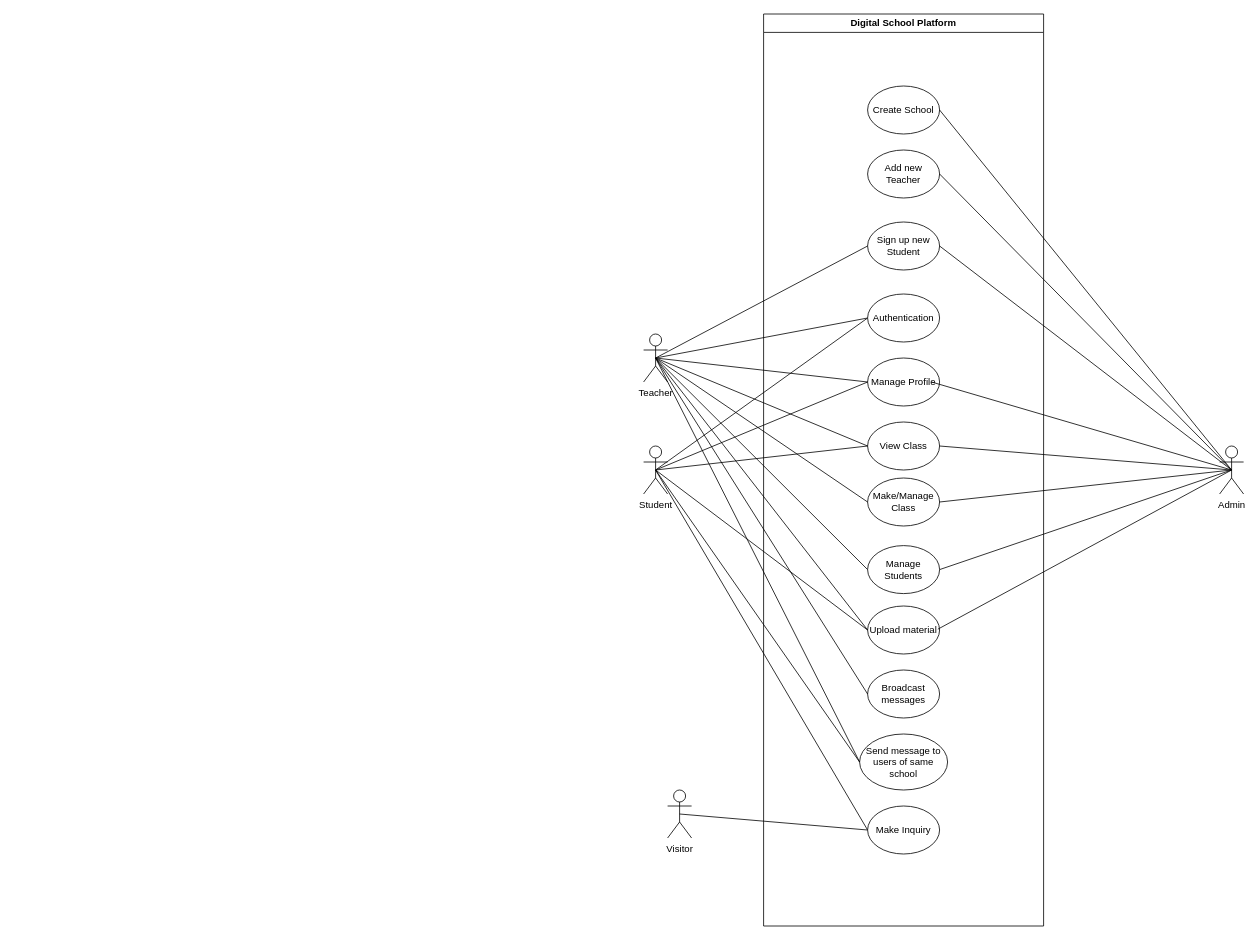
akshayvijaynair/music-academy-docs keeps this draw.io diagram as docs/assets/Use Case.drawio. Above is the earlier version. Source tidied: cells renumbered, new cells numbered last; positions are measured from the earlier drawing's top-left corner, leaving out a move shared by most shapes. Both pictures are drawn from the tidied source at 80%, with x=0, y=0 at pixel (643, 14).
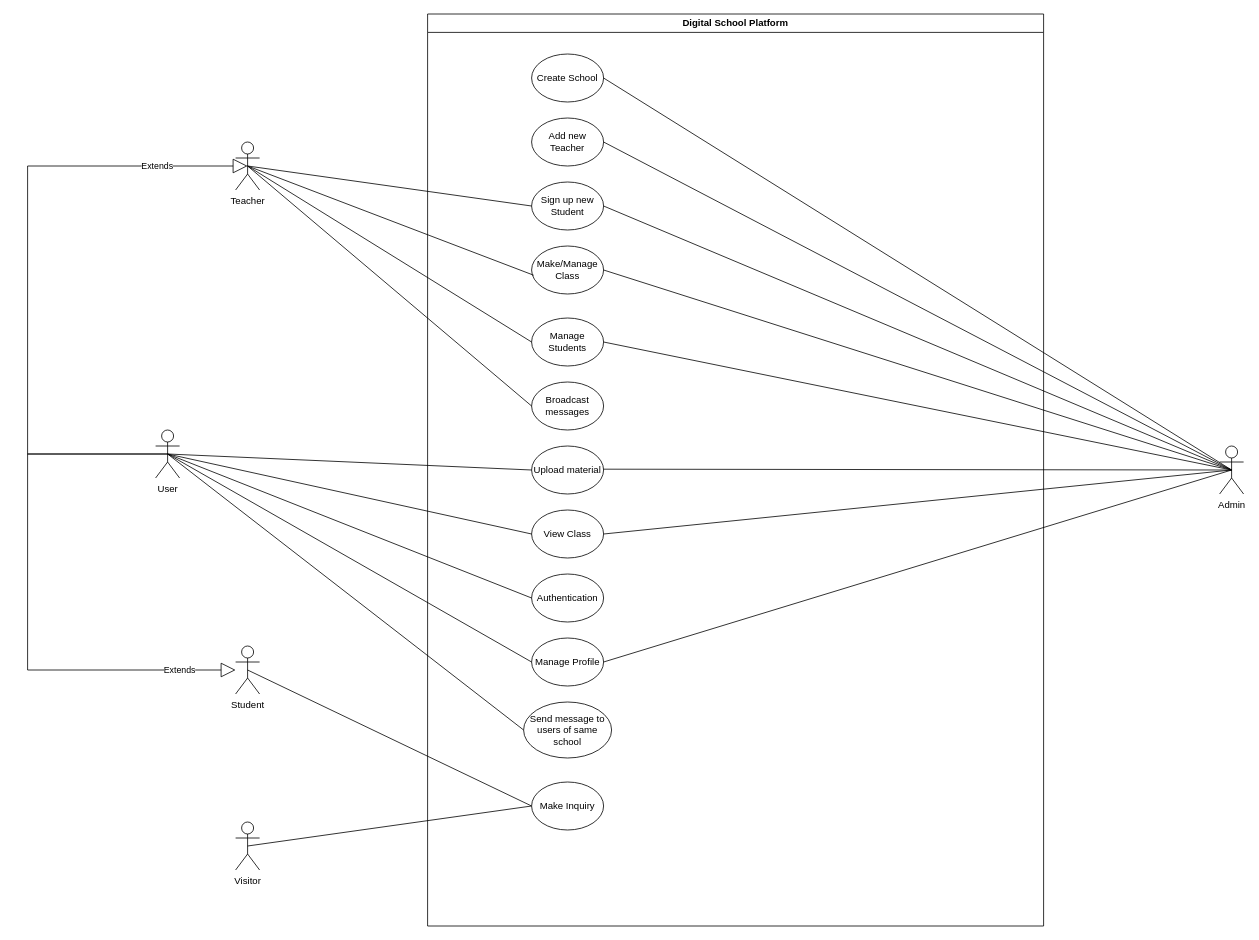
The same diagram, later.

The change refers to these unchanged cells:
```xml
<mxCell id="6" value="Admin" style="shape=umlActor;verticalLabelPosition=bottom;verticalAlign=top;html=1;outlineConnect=0;" parent="1" vertex="1">
  <mxGeometry x="720" y="540" width="30" height="60" as="geometry" />
</mxCell>
```

Diff of the diagram source:
```diff
@@
-    <mxCell id="2" value="Sign up new Student" style="ellipse;whiteSpace=wrap;html=1;" parent="1" vertex="1">
-      <mxGeometry x="280" y="260" width="90" height="60" as="geometry" />
-    </mxCell>
-    <mxCell id="3" value="Manage Profile" style="ellipse;whiteSpace=wrap;html=1;" parent="1" vertex="1">
-      <mxGeometry x="280" y="430" width="90" height="60" as="geometry" />
-    </mxCell>
-    <mxCell id="4" value="View Class" style="ellipse;whiteSpace=wrap;html=1;" parent="1" vertex="1">
-      <mxGeometry x="280" y="510" width="90" height="60" as="geometry" />
-    </mxCell>
-    <mxCell id="5" value="Manage Students" style="ellipse;whiteSpace=wrap;html=1;" parent="1" vertex="1">
-      <mxGeometry x="280" y="664.5" width="90" height="60" as="geometry" />
-    </mxCell>
@@
     <mxCell id="7" value="Teacher" style="shape=umlActor;verticalLabelPosition=bottom;verticalAlign=top;html=1;outlineConnect=0;" parent="1" vertex="1">
-      <mxGeometry y="400" width="30" height="60" as="geometry" />
+      <mxGeometry x="-510" y="160" width="30" height="60" as="geometry" />
     </mxCell>
     <mxCell id="8" value="Student" style="shape=umlActor;verticalLabelPosition=bottom;verticalAlign=top;html=1;outlineConnect=0;" parent="1" vertex="1">
-      <mxGeometry y="540" width="30" height="60" as="geometry" />
+      <mxGeometry x="-510" y="790" width="30" height="60" as="geometry" />
     </mxCell>
     <mxCell id="9" value="Visitor" style="shape=umlActor;verticalLabelPosition=bottom;verticalAlign=top;html=1;outlineConnect=0;" parent="1" vertex="1">
-      <mxGeometry x="30" y="970" width="30" height="60" as="geometry" />
+      <mxGeometry x="-510" y="1010" width="30" height="60" as="geometry" />
     </mxCell>
@@
-    <mxCell id="11" style="endArrow=none;html=1;rounded=0;exitX=0.5;exitY=0.5;exitDx=0;exitDy=0;exitPerimeter=0;" parent="1" edge="1" source="6">
-      <mxGeometry relative="1" as="geometry">
-        <mxPoint x="360" y="460" as="targetPoint" />
-      </mxGeometry>
+    <mxCell id="11" style="endArrow=none;html=1;rounded=0;exitX=0.5;exitY=0.5;exitDx=0;exitDy=0;exitPerimeter=0;entryX=1;entryY=0.5;entryDx=0;entryDy=0;" parent="1" edge="1" source="6" target="3">
+      <mxGeometry relative="1" as="geometry" />
     </mxCell>
@@
-    <mxCell id="14" style="endArrow=none;html=1;rounded=0;exitX=0;exitY=0.5;exitDx=0;exitDy=0;entryX=0.5;entryY=0.5;entryDx=0;entryDy=0;entryPerimeter=0;" parent="1" edge="1" source="42" target="8">
-      <mxGeometry relative="1" as="geometry" />
-    </mxCell>
-    <mxCell id="15" style="endArrow=none;html=1;rounded=0;entryX=0.5;entryY=0.5;entryDx=0;entryDy=0;entryPerimeter=0;exitX=0;exitY=0.5;exitDx=0;exitDy=0;" parent="1" edge="1" source="4" target="8">
-      <mxGeometry relative="1" as="geometry" />
-    </mxCell>
-    <mxCell id="16" style="endArrow=none;html=1;rounded=0;exitX=0.5;exitY=0.5;exitDx=0;exitDy=0;exitPerimeter=0;entryX=0;entryY=0.5;entryDx=0;entryDy=0;" parent="1" edge="1" source="7" target="2">
-      <mxGeometry relative="1" as="geometry" />
-    </mxCell>
-    <mxCell id="17" style="endArrow=none;html=1;rounded=0;exitX=0.5;exitY=0.5;exitDx=0;exitDy=0;exitPerimeter=0;entryX=0;entryY=0.5;entryDx=0;entryDy=0;" parent="1" edge="1" source="7" target="42">
-      <mxGeometry relative="1" as="geometry" />
-    </mxCell>
-    <mxCell id="18" style="endArrow=none;html=1;rounded=0;exitX=0.5;exitY=0.5;exitDx=0;exitDy=0;exitPerimeter=0;entryX=0;entryY=0.5;entryDx=0;entryDy=0;" parent="1" edge="1" source="7" target="4">
-      <mxGeometry relative="1" as="geometry" />
-    </mxCell>
-    <mxCell id="19" style="endArrow=none;html=1;rounded=0;exitX=0.5;exitY=0.5;exitDx=0;exitDy=0;exitPerimeter=0;entryX=0;entryY=0.5;entryDx=0;entryDy=0;" parent="1" edge="1" source="7" target="5">
-      <mxGeometry relative="1" as="geometry" />
-    </mxCell>
-    <mxCell id="20" value="Broadcast messages" style="ellipse;whiteSpace=wrap;html=1;" parent="1" vertex="1">
-      <mxGeometry x="280" y="820" width="90" height="60" as="geometry" />
-    </mxCell>
-    <mxCell id="21" style="endArrow=none;html=1;rounded=0;exitX=0.5;exitY=0.5;exitDx=0;exitDy=0;exitPerimeter=0;entryX=0;entryY=0.5;entryDx=0;entryDy=0;" parent="1" edge="1" source="7" target="20">
-      <mxGeometry relative="1" as="geometry" />
-    </mxCell>
-    <mxCell id="22" value="Upload material" style="ellipse;whiteSpace=wrap;html=1;" parent="1" vertex="1">
-      <mxGeometry x="280" y="740" width="90" height="60" as="geometry" />
-    </mxCell>
-    <mxCell id="23" style="endArrow=none;html=1;rounded=0;exitX=0.5;exitY=0.5;exitDx=0;exitDy=0;exitPerimeter=0;entryX=0;entryY=0.5;entryDx=0;entryDy=0;" parent="1" edge="1" source="7" target="22">
-      <mxGeometry relative="1" as="geometry" />
-    </mxCell>
@@
-    <mxCell id="26" style="endArrow=none;html=1;rounded=0;exitX=0;exitY=0.5;exitDx=0;exitDy=0;entryX=0.5;entryY=0.5;entryDx=0;entryDy=0;entryPerimeter=0;" parent="1" edge="1" source="22" target="8">
-      <mxGeometry relative="1" as="geometry" />
-    </mxCell>
-    <mxCell id="27" value="Make/Manage Class" style="ellipse;whiteSpace=wrap;html=1;" parent="1" vertex="1">
-      <mxGeometry x="280" y="580" width="90" height="60" as="geometry" />
-    </mxCell>
-    <mxCell id="28" style="endArrow=none;html=1;rounded=0;entryX=0;entryY=0.5;entryDx=0;entryDy=0;exitX=0.5;exitY=0.5;exitDx=0;exitDy=0;exitPerimeter=0;" parent="1" edge="1" source="7" target="27">
-      <mxGeometry relative="1" as="geometry" />
-    </mxCell>
@@
-    <mxCell id="30" value="Add new Teacher" style="ellipse;whiteSpace=wrap;html=1;" parent="1" vertex="1">
-      <mxGeometry x="280" y="170" width="90" height="60" as="geometry" />
-    </mxCell>
@@
-    <mxCell id="32" value="Create School" style="ellipse;whiteSpace=wrap;html=1;" parent="1" vertex="1">
-      <mxGeometry x="280" y="90" width="90" height="60" as="geometry" />
-    </mxCell>
@@
-    <mxCell id="35" style="endArrow=none;html=1;rounded=0;exitX=0;exitY=0.5;exitDx=0;exitDy=0;entryX=0.5;entryY=0.5;entryDx=0;entryDy=0;entryPerimeter=0;" parent="1" edge="1" source="3" target="8">
-      <mxGeometry relative="1" as="geometry" />
-    </mxCell>
-    <mxCell id="36" value="Send message to users of same school" style="ellipse;whiteSpace=wrap;html=1;" parent="1" vertex="1">
-      <mxGeometry x="270" y="900" width="110" height="70" as="geometry" />
-    </mxCell>
-    <mxCell id="37" style="endArrow=none;html=1;rounded=0;entryX=0;entryY=0.5;entryDx=0;entryDy=0;exitX=0.5;exitY=0.5;exitDx=0;exitDy=0;exitPerimeter=0;" parent="1" edge="1" source="7" target="36">
-      <mxGeometry relative="1" as="geometry" />
-    </mxCell>
-    <mxCell id="38" style="endArrow=none;html=1;rounded=0;exitX=0.5;exitY=0.5;exitDx=0;exitDy=0;exitPerimeter=0;entryX=0;entryY=0.5;entryDx=0;entryDy=0;" parent="1" edge="1" source="7" target="3">
-      <mxGeometry relative="1" as="geometry" />
-    </mxCell>
-    <mxCell id="39" style="endArrow=none;html=1;rounded=0;exitX=0;exitY=0.5;exitDx=0;exitDy=0;entryX=0.5;entryY=0.5;entryDx=0;entryDy=0;entryPerimeter=0;" parent="1" edge="1" source="36" target="8">
+    <mxCell id="39" style="endArrow=none;html=1;rounded=0;exitX=0;exitY=0.5;exitDx=0;exitDy=0;entryX=0.5;entryY=0.5;entryDx=0;entryDy=0;entryPerimeter=0;" parent="1" edge="1" source="36" target="43">
       <mxGeometry relative="1" as="geometry" />
     </mxCell>
     <mxCell id="40" value="Digital School Platform" style="swimlane;whiteSpace=wrap;html=1;" parent="1" vertex="1">
-      <mxGeometry x="150" width="350" height="1140" as="geometry" />
+      <mxGeometry x="-270" width="770" height="1140" as="geometry" />
     </mxCell>
     <mxCell id="41" value="Make Inquiry" style="ellipse;whiteSpace=wrap;html=1;" parent="40" vertex="1">
-      <mxGeometry x="130" y="990" width="90" height="60" as="geometry" />
+      <mxGeometry x="130" y="960" width="90" height="60" as="geometry" />
     </mxCell>
     <mxCell id="42" value="Authentication" style="ellipse;whiteSpace=wrap;html=1;" parent="40" vertex="1">
-      <mxGeometry x="130" y="350" width="90" height="60" as="geometry" />
+      <mxGeometry x="130" y="700" width="90" height="60" as="geometry" />
     </mxCell>
+    <mxCell id="2" value="Sign up new Student" style="ellipse;whiteSpace=wrap;html=1;" parent="40" vertex="1">
+      <mxGeometry x="130" y="210" width="90" height="60" as="geometry" />
+    </mxCell>
+    <mxCell id="30" value="Add new Teacher" style="ellipse;whiteSpace=wrap;html=1;" parent="40" vertex="1">
+      <mxGeometry x="130" y="130" width="90" height="60" as="geometry" />
+    </mxCell>
+    <mxCell id="32" value="Create School" style="ellipse;whiteSpace=wrap;html=1;" parent="40" vertex="1">
+      <mxGeometry x="130" y="50" width="90" height="60" as="geometry" />
+    </mxCell>
+    <mxCell id="27" value="Make/Manage Class" style="ellipse;whiteSpace=wrap;html=1;" parent="40" vertex="1">
+      <mxGeometry x="130" y="290" width="90" height="60" as="geometry" />
+    </mxCell>
+    <mxCell id="4" value="View Class" style="ellipse;whiteSpace=wrap;html=1;" parent="40" vertex="1">
+      <mxGeometry x="130" y="620" width="90" height="60" as="geometry" />
+    </mxCell>
+    <mxCell id="3" value="Manage Profile" style="ellipse;whiteSpace=wrap;html=1;" parent="40" vertex="1">
+      <mxGeometry x="130" y="780" width="90" height="60" as="geometry" />
+    </mxCell>
+    <mxCell id="22" value="Upload material" style="ellipse;whiteSpace=wrap;html=1;" parent="40" vertex="1">
+      <mxGeometry x="130" y="540" width="90" height="60" as="geometry" />
+    </mxCell>
+    <mxCell id="36" value="Send message to users of same school" style="ellipse;whiteSpace=wrap;html=1;" parent="40" vertex="1">
+      <mxGeometry x="120" y="860" width="110" height="70" as="geometry" />
+    </mxCell>
+    <mxCell id="20" value="Broadcast messages" style="ellipse;whiteSpace=wrap;html=1;" parent="40" vertex="1">
+      <mxGeometry x="130" y="460" width="90" height="60" as="geometry" />
+    </mxCell>
+    <mxCell id="5" value="Manage Students" style="ellipse;whiteSpace=wrap;html=1;" parent="40" vertex="1">
+      <mxGeometry x="130" y="380" width="90" height="60" as="geometry" />
+    </mxCell>
+    <mxCell id="43" value="User" style="shape=umlActor;verticalLabelPosition=bottom;verticalAlign=top;html=1;outlineConnect=0;" parent="1" vertex="1">
+      <mxGeometry x="-610" y="520" width="30" height="60" as="geometry" />
+    </mxCell>
+    <mxCell id="44" value="Extends" style="endArrow=block;endSize=16;endFill=0;html=1;rounded=0;exitX=0.5;exitY=0.5;exitDx=0;exitDy=0;exitPerimeter=0;entryX=0.5;entryY=0.5;entryDx=0;entryDy=0;entryPerimeter=0;" parent="1" edge="1" source="43" target="7">
+      <mxGeometry x="0.72" relative="1" as="geometry">
+        <Array as="points">
+          <mxPoint x="-770" y="550" />
+          <mxPoint x="-770" y="190" />
+        </Array>
+      </mxGeometry>
+    </mxCell>
+    <mxCell id="45" value="Extends" style="endArrow=block;endSize=16;endFill=0;html=1;rounded=0;exitX=0.5;exitY=0.5;exitDx=0;exitDy=0;exitPerimeter=0;" parent="1" edge="1" source="43" target="8">
+      <mxGeometry x="0.8" relative="1" as="geometry">
+        <Array as="points">
+          <mxPoint x="-770" y="550" />
+          <mxPoint x="-770" y="820" />
+        </Array>
+      </mxGeometry>
+    </mxCell>
+    <mxCell id="46" style="endArrow=none;html=1;rounded=0;exitX=0;exitY=0.5;exitDx=0;exitDy=0;entryX=0.5;entryY=0.5;entryDx=0;entryDy=0;entryPerimeter=0;" parent="1" edge="1" source="3" target="43">
+      <mxGeometry relative="1" as="geometry" />
+    </mxCell>
+    <mxCell id="47" style="endArrow=none;html=1;rounded=0;exitX=0;exitY=0.5;exitDx=0;exitDy=0;entryX=0.5;entryY=0.5;entryDx=0;entryDy=0;entryPerimeter=0;" parent="1" edge="1" source="42" target="43">
+      <mxGeometry relative="1" as="geometry" />
+    </mxCell>
+    <mxCell id="48" style="endArrow=none;html=1;rounded=0;exitX=0;exitY=0.5;exitDx=0;exitDy=0;entryX=0.5;entryY=0.5;entryDx=0;entryDy=0;entryPerimeter=0;fontStyle=1;" parent="1" edge="1" source="4" target="43">
+      <mxGeometry relative="1" as="geometry" />
+    </mxCell>
+    <mxCell id="49" style="endArrow=none;html=1;rounded=0;exitX=0;exitY=0.5;exitDx=0;exitDy=0;entryX=0.5;entryY=0.5;entryDx=0;entryDy=0;entryPerimeter=0;fontStyle=1;" parent="1" edge="1" source="2" target="7">
+      <mxGeometry relative="1" as="geometry" />
+    </mxCell>
+    <mxCell id="50" style="endArrow=none;html=1;rounded=0;exitX=0.029;exitY=0.609;exitDx=0;exitDy=0;entryX=0.5;entryY=0.5;entryDx=0;entryDy=0;entryPerimeter=0;fontStyle=1;exitPerimeter=0;" parent="1" edge="1" source="27" target="7">
+      <mxGeometry relative="1" as="geometry" />
+    </mxCell>
+    <mxCell id="51" style="endArrow=none;html=1;rounded=0;exitX=0;exitY=0.5;exitDx=0;exitDy=0;entryX=0.5;entryY=0.5;entryDx=0;entryDy=0;entryPerimeter=0;fontStyle=0;" parent="1" edge="1" source="5" target="7">
+      <mxGeometry relative="1" as="geometry" />
+    </mxCell>
+    <mxCell id="52" style="endArrow=none;html=1;rounded=0;exitX=0;exitY=0.5;exitDx=0;exitDy=0;entryX=0.5;entryY=0.5;entryDx=0;entryDy=0;entryPerimeter=0;" parent="1" edge="1" source="22" target="43">
+      <mxGeometry relative="1" as="geometry" />
+    </mxCell>
+    <mxCell id="53" style="endArrow=none;html=1;rounded=0;exitX=0;exitY=0.5;exitDx=0;exitDy=0;fontStyle=1;entryX=0.5;entryY=0.5;entryDx=0;entryDy=0;entryPerimeter=0;" parent="1" edge="1" source="20" target="7">
+      <mxGeometry relative="1" as="geometry" />
+    </mxCell>
```
